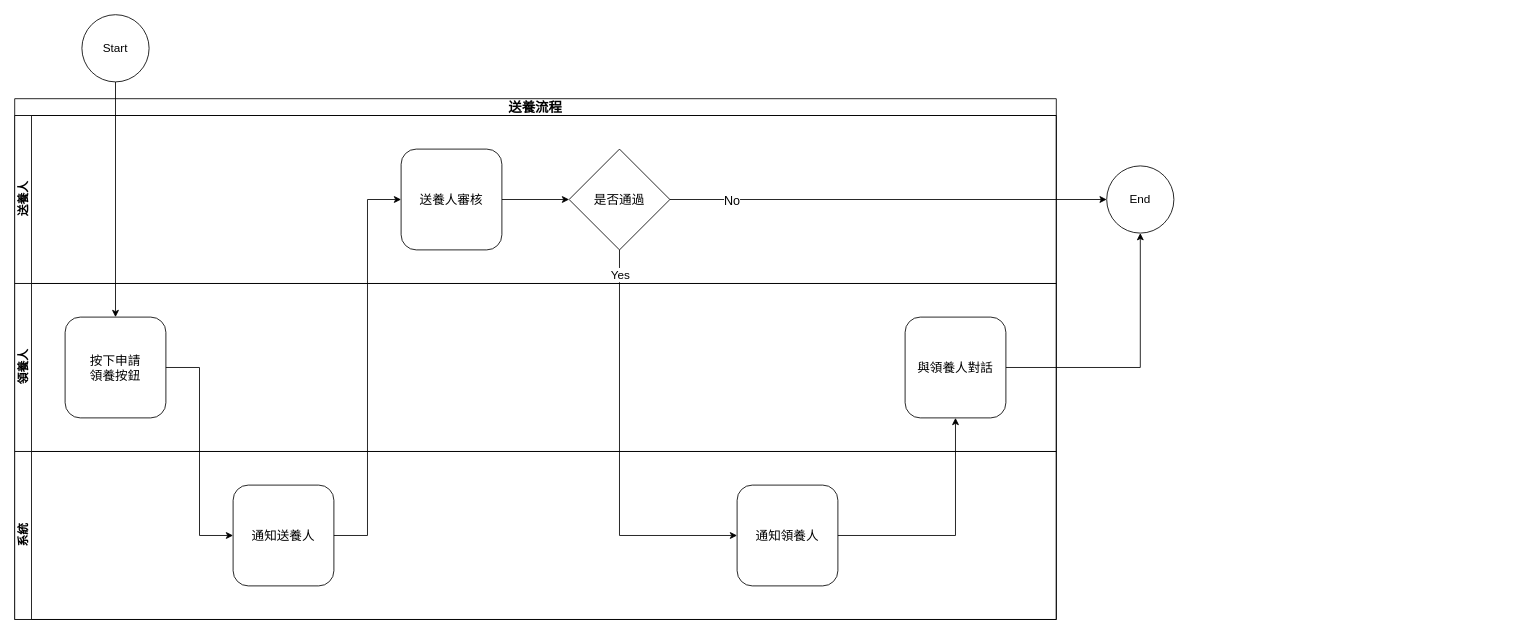
vinceliao99/MyDiagrams keeps this draw.io diagram as page "領養流程" (1 of 7) of MyApps/PetAdotion.drawio. Above is the earlier version. Source tidied: cells renumbered, new cells numbered last; positions are measured from the earlier drawing's top-left corner, leaving out a move shared by most shapes. Both pictures are drawn from the tidied source at 84%, with x=0, y=0 at pixel (14, 14).
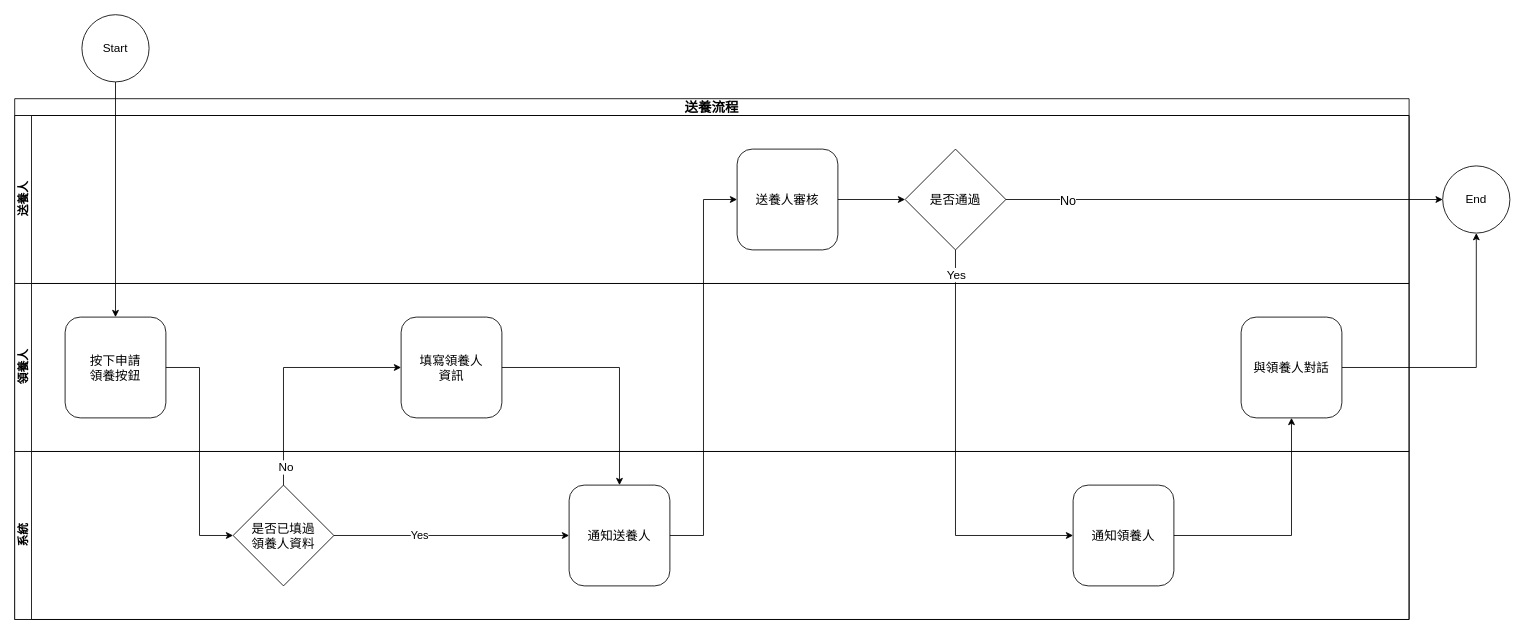
After the change.

The edit, as a diff of the source:
```diff
@@
     <mxCell id="2" value="&lt;font style=&quot;font-size: 16px;&quot;&gt;送養流程&lt;/font&gt;" style="swimlane;html=1;horizontal=1;startSize=20;whiteSpace=wrap;" parent="1" vertex="1">
-      <mxGeometry y="100" width="1240" height="620" as="geometry" />
+      <mxGeometry y="100" width="1660" height="620" as="geometry" />
     </mxCell>
     <mxCell id="3" value="&lt;font style=&quot;font-size: 14px;&quot;&gt;送養人&lt;/font&gt;" style="swimlane;html=1;startSize=20;horizontal=0;" parent="2" vertex="1">
-      <mxGeometry y="20" width="1240" height="200" as="geometry" />
+      <mxGeometry y="20" width="1660" height="200" as="geometry" />
     </mxCell>
-    <mxCell id="4" style="edgeStyle=orthogonalEdgeStyle;rounded=0;jettySize=auto;html=1;exitX=1;exitY=0.5;exitDx=0;exitDy=0;entryX=0;entryY=0.5;entryDx=0;entryDy=0;" parent="3" edge="1" source="5" target="6">
-      <mxGeometry relative="1" as="geometry" />
-    </mxCell>
+    <mxCell id="7" value="&lt;font style=&quot;font-size: 14px;&quot;&gt;領養人&lt;/font&gt;" style="swimlane;html=1;startSize=20;horizontal=0;" parent="2" vertex="1">
+      <mxGeometry y="220" width="1660" height="200" as="geometry" />
+    </mxCell>
+    <mxCell id="8" value="&lt;span style=&quot;font-size: 15px;&quot;&gt;按下申請&lt;br&gt;領養按鈕&lt;/span&gt;" style="rounded=1;whiteSpace=wrap;html=1;" parent="7" vertex="1">
+      <mxGeometry x="60" y="40" width="120" height="120" as="geometry" />
+    </mxCell>
+    <mxCell id="24" value="&lt;span style=&quot;font-size: 15px;&quot;&gt;填寫領養人&lt;br&gt;資訊&lt;/span&gt;" style="rounded=1;whiteSpace=wrap;html=1;" parent="7" vertex="1">
+      <mxGeometry x="460" y="40" width="120" height="120" as="geometry" />
+    </mxCell>
+    <mxCell id="9" value="&lt;font style=&quot;font-size: 14px;&quot;&gt;系統&lt;/font&gt;" style="swimlane;html=1;startSize=20;horizontal=0;" parent="2" vertex="1">
+      <mxGeometry y="420" width="1660" height="200" as="geometry" />
+    </mxCell>
-    <mxCell id="5" value="&lt;span style=&quot;font-size: 15px;&quot;&gt;送養人審核&lt;/span&gt;" style="rounded=1;whiteSpace=wrap;html=1;" parent="3" vertex="1">
-      <mxGeometry x="460" y="40" width="120" height="120" as="geometry" />
+    <mxCell id="5" value="&lt;span style=&quot;font-size: 15px;&quot;&gt;送養人審核&lt;/span&gt;" style="rounded=1;whiteSpace=wrap;html=1;" parent="9" vertex="1">
+      <mxGeometry x="860" y="-360" width="120" height="120" as="geometry" />
     </mxCell>
-    <mxCell id="6" value="&lt;font style=&quot;font-size: 15px;&quot;&gt;是否通過&lt;/font&gt;" style="rhombus;whiteSpace=wrap;html=1;" parent="3" vertex="1">
-      <mxGeometry x="660" y="40" width="120" height="120" as="geometry" />
+    <mxCell id="6" value="&lt;font style=&quot;font-size: 15px;&quot;&gt;是否通過&lt;/font&gt;" style="rhombus;whiteSpace=wrap;html=1;" parent="9" vertex="1">
+      <mxGeometry x="1060" y="-360" width="120" height="120" as="geometry" />
     </mxCell>
-    <mxCell id="7" value="&lt;font style=&quot;font-size: 14px;&quot;&gt;領養人&lt;/font&gt;" style="swimlane;html=1;startSize=20;horizontal=0;" parent="2" vertex="1">
-      <mxGeometry y="220" width="1240" height="200" as="geometry" />
-    </mxCell>
-    <mxCell id="8" value="&lt;span style=&quot;font-size: 15px;&quot;&gt;按下申請&lt;br&gt;領養按鈕&lt;/span&gt;" style="rounded=1;whiteSpace=wrap;html=1;" parent="7" vertex="1">
-      <mxGeometry x="60" y="40" width="120" height="120" as="geometry" />
-    </mxCell>
-    <mxCell id="9" value="&lt;font style=&quot;font-size: 14px;&quot;&gt;系統&lt;/font&gt;" style="swimlane;html=1;startSize=20;horizontal=0;" parent="2" vertex="1">
-      <mxGeometry y="420" width="1240" height="200" as="geometry" />
-    </mxCell>
     <mxCell id="10" value="&lt;span style=&quot;font-size: 15px;&quot;&gt;通知送養人&lt;/span&gt;" style="rounded=1;whiteSpace=wrap;html=1;" parent="9" vertex="1">
-      <mxGeometry x="260" y="40" width="120" height="120" as="geometry" />
+      <mxGeometry x="660" y="40" width="120" height="120" as="geometry" />
     </mxCell>
+    <mxCell id="4" style="edgeStyle=orthogonalEdgeStyle;rounded=0;jettySize=auto;html=1;exitX=1;exitY=0.5;exitDx=0;exitDy=0;entryX=0;entryY=0.5;entryDx=0;entryDy=0;" parent="9" edge="1" source="5" target="6">
+      <mxGeometry relative="1" as="geometry" />
+    </mxCell>
     <mxCell id="11" value="&lt;span style=&quot;font-size: 15px;&quot;&gt;通知領養人&lt;/span&gt;" style="rounded=1;whiteSpace=wrap;html=1;" parent="9" vertex="1">
-      <mxGeometry x="860" y="40" width="120" height="120" as="geometry" />
+      <mxGeometry x="1260" y="40" width="120" height="120" as="geometry" />
     </mxCell>
-    <mxCell id="12" style="edgeStyle=orthogonalEdgeStyle;rounded=0;jettySize=auto;html=1;exitX=1;exitY=0.5;exitDx=0;exitDy=0;entryX=0;entryY=0.5;entryDx=0;entryDy=0;" parent="2" edge="1" source="8" target="10">
-      <mxGeometry relative="1" as="geometry" />
-    </mxCell>
-    <mxCell id="13" style="edgeStyle=orthogonalEdgeStyle;rounded=0;jettySize=auto;html=1;exitX=1;exitY=0.5;exitDx=0;exitDy=0;entryX=0;entryY=0.5;entryDx=0;entryDy=0;" parent="2" edge="1" source="10" target="5">
+    <mxCell id="13" style="edgeStyle=orthogonalEdgeStyle;rounded=0;jettySize=auto;html=1;exitX=1;exitY=0.5;exitDx=0;exitDy=0;entryX=0;entryY=0.5;entryDx=0;entryDy=0;" parent="9" edge="1" source="10" target="5">
       <mxGeometry relative="1" as="geometry" />
     </mxCell>
-    <mxCell id="14" style="edgeStyle=orthogonalEdgeStyle;rounded=0;jettySize=auto;html=1;exitX=0.5;exitY=1;exitDx=0;exitDy=0;entryX=0;entryY=0.5;entryDx=0;entryDy=0;" parent="2" edge="1" source="6" target="11">
+    <mxCell id="14" style="edgeStyle=orthogonalEdgeStyle;rounded=0;jettySize=auto;html=1;exitX=0.5;exitY=1;exitDx=0;exitDy=0;entryX=0;entryY=0.5;entryDx=0;entryDy=0;" parent="9" edge="1" source="6" target="11">
       <mxGeometry relative="1" as="geometry" />
     </mxCell>
@@
-    <mxCell id="16" style="edgeStyle=orthogonalEdgeStyle;rounded=0;jettySize=auto;html=1;exitX=0.5;exitY=1;exitDx=0;exitDy=0;entryX=0.5;entryY=0;entryDx=0;entryDy=0;" parent="1" edge="1" source="17" target="8">
-      <mxGeometry relative="1" as="geometry" />
-    </mxCell>
-    <mxCell id="17" value="&lt;font style=&quot;font-size: 14px;&quot;&gt;Start&lt;/font&gt;" style="ellipse;whiteSpace=wrap;html=1;" parent="1" vertex="1">
-      <mxGeometry x="80" width="80" height="80" as="geometry" />
-    </mxCell>
-    <mxCell id="18" value="&lt;font style=&quot;font-size: 14px;&quot;&gt;End&lt;/font&gt;" style="ellipse;whiteSpace=wrap;html=1;" parent="1" vertex="1">
-      <mxGeometry x="1300" y="180" width="80" height="80" as="geometry" />
+    <mxCell id="18" value="&lt;font style=&quot;font-size: 14px;&quot;&gt;End&lt;/font&gt;" style="ellipse;whiteSpace=wrap;html=1;" parent="9" vertex="1">
+      <mxGeometry x="1700" y="-340" width="80" height="80" as="geometry" />
     </mxCell>
-    <mxCell id="19" style="edgeStyle=orthogonalEdgeStyle;rounded=0;jettySize=auto;html=1;exitX=1;exitY=0.5;exitDx=0;exitDy=0;entryX=0;entryY=0.5;entryDx=0;entryDy=0;" parent="1" edge="1" source="6" target="18">
+    <mxCell id="19" style="edgeStyle=orthogonalEdgeStyle;rounded=0;jettySize=auto;html=1;exitX=1;exitY=0.5;exitDx=0;exitDy=0;entryX=0;entryY=0.5;entryDx=0;entryDy=0;" parent="9" edge="1" source="6" target="18">
       <mxGeometry relative="1" as="geometry" />
     </mxCell>
@@
-    <mxCell id="21" style="edgeStyle=orthogonalEdgeStyle;rounded=0;jettySize=auto;html=1;exitX=1;exitY=0.5;exitDx=0;exitDy=0;" parent="1" edge="1" source="11" target="23">
+    <mxCell id="21" style="edgeStyle=orthogonalEdgeStyle;rounded=0;jettySize=auto;html=1;exitX=1;exitY=0.5;exitDx=0;exitDy=0;" parent="9" edge="1" source="11" target="23">
       <mxGeometry relative="1" as="geometry" />
     </mxCell>
-    <mxCell id="22" style="edgeStyle=orthogonalEdgeStyle;rounded=0;jettySize=auto;html=1;exitX=1;exitY=0.5;exitDx=0;exitDy=0;entryX=0.5;entryY=1;entryDx=0;entryDy=0;" parent="1" edge="1" source="23" target="18">
+    <mxCell id="22" style="edgeStyle=orthogonalEdgeStyle;rounded=0;jettySize=auto;html=1;exitX=1;exitY=0.5;exitDx=0;exitDy=0;entryX=0.5;entryY=1;entryDx=0;entryDy=0;" parent="9" edge="1" source="23" target="18">
       <mxGeometry relative="1" as="geometry" />
     </mxCell>
-    <mxCell id="23" value="&lt;span style=&quot;font-size: 15px;&quot;&gt;與領養人對話&lt;/span&gt;" style="rounded=1;whiteSpace=wrap;html=1;" parent="1" vertex="1">
-      <mxGeometry x="1060" y="360" width="120" height="120" as="geometry" />
+    <mxCell id="23" value="&lt;span style=&quot;font-size: 15px;&quot;&gt;與領養人對話&lt;/span&gt;" style="rounded=1;whiteSpace=wrap;html=1;" parent="9" vertex="1">
+      <mxGeometry x="1460" y="-160" width="120" height="120" as="geometry" />
     </mxCell>
+    <mxCell id="25" style="edgeStyle=orthogonalEdgeStyle;rounded=0;jettySize=auto;html=1;exitX=1;exitY=0.5;exitDx=0;exitDy=0;entryX=0;entryY=0.5;entryDx=0;entryDy=0;" parent="9" edge="1" source="27" target="10">
+      <mxGeometry relative="1" as="geometry" />
+    </mxCell>
+    <mxCell id="26" value="&lt;font style=&quot;font-size: 13px;&quot;&gt;Yes&lt;/font&gt;" style="edgeLabel;html=1;align=center;verticalAlign=middle;" parent="25" vertex="1">
+      <mxGeometry x="-0.28" y="1" relative="1" as="geometry" />
+    </mxCell>
+    <mxCell id="27" value="&lt;font style=&quot;font-size: 15px;&quot;&gt;是否已填過&lt;br&gt;領養人資料&lt;br&gt;&lt;/font&gt;" style="rhombus;whiteSpace=wrap;html=1;" parent="9" vertex="1">
+      <mxGeometry x="260" y="40" width="120" height="120" as="geometry" />
+    </mxCell>
+    <mxCell id="28" style="edgeStyle=orthogonalEdgeStyle;rounded=0;jettySize=auto;html=1;exitX=1;exitY=0.5;exitDx=0;exitDy=0;entryX=0;entryY=0.5;entryDx=0;entryDy=0;" parent="2" edge="1" source="8" target="27">
+      <mxGeometry relative="1" as="geometry" />
+    </mxCell>
+    <mxCell id="29" style="edgeStyle=orthogonalEdgeStyle;rounded=0;jettySize=auto;html=1;exitX=0.5;exitY=0;exitDx=0;exitDy=0;entryX=0;entryY=0.5;entryDx=0;entryDy=0;" parent="2" edge="1" source="27" target="24">
+      <mxGeometry relative="1" as="geometry" />
+    </mxCell>
+    <mxCell id="30" value="&lt;font style=&quot;font-size: 14px;&quot;&gt;No&lt;/font&gt;" style="edgeLabel;html=1;align=center;verticalAlign=middle;" parent="29" vertex="1">
+      <mxGeometry x="-0.84" y="-2" relative="1" as="geometry" />
+    </mxCell>
+    <mxCell id="31" style="edgeStyle=orthogonalEdgeStyle;rounded=0;jettySize=auto;html=1;exitX=1;exitY=0.5;exitDx=0;exitDy=0;entryX=0.5;entryY=0;entryDx=0;entryDy=0;" parent="2" edge="1" source="24" target="10">
+      <mxGeometry relative="1" as="geometry" />
+    </mxCell>
+    <mxCell id="16" style="edgeStyle=orthogonalEdgeStyle;rounded=0;jettySize=auto;html=1;exitX=0.5;exitY=1;exitDx=0;exitDy=0;entryX=0.5;entryY=0;entryDx=0;entryDy=0;" parent="1" edge="1" source="17" target="8">
+      <mxGeometry relative="1" as="geometry" />
+    </mxCell>
+    <mxCell id="17" value="&lt;font style=&quot;font-size: 14px;&quot;&gt;Start&lt;/font&gt;" style="ellipse;whiteSpace=wrap;html=1;" parent="1" vertex="1">
+      <mxGeometry x="80" width="80" height="80" as="geometry" />
+    </mxCell>
```
